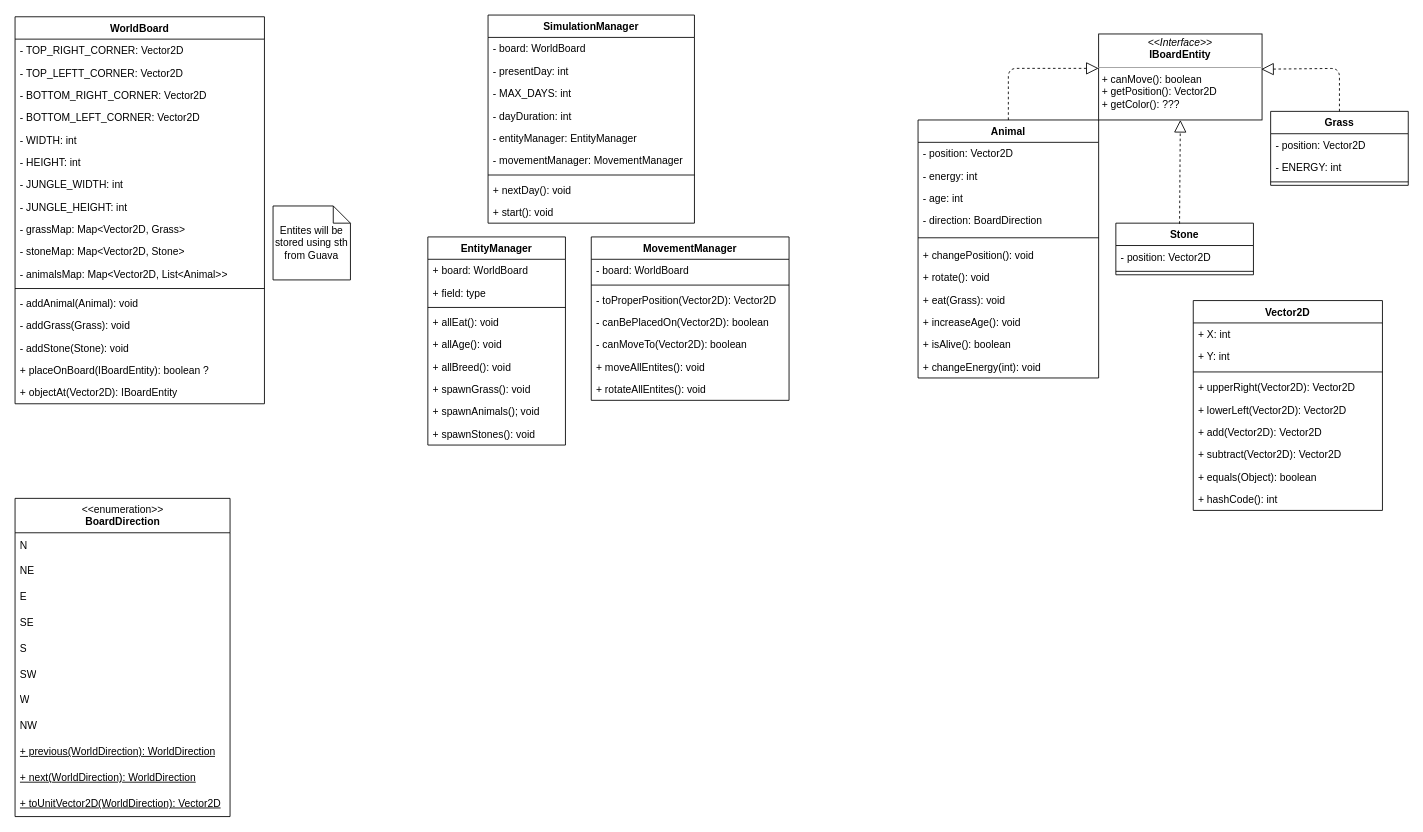
This is Evolutionary Generator Remastered - class scheme.drawio from jakubsolecki/Evolutionary-Generator-Remastered, a draw.io file, before an edit. Source tidied: cells renumbered, new cells numbered last; positions are measured from the earlier drawing's top-left corner, leaving out a move shared by most shapes. Both pictures are drawn from the tidied source at 86%, with x=0, y=0 at pixel (15, 15).
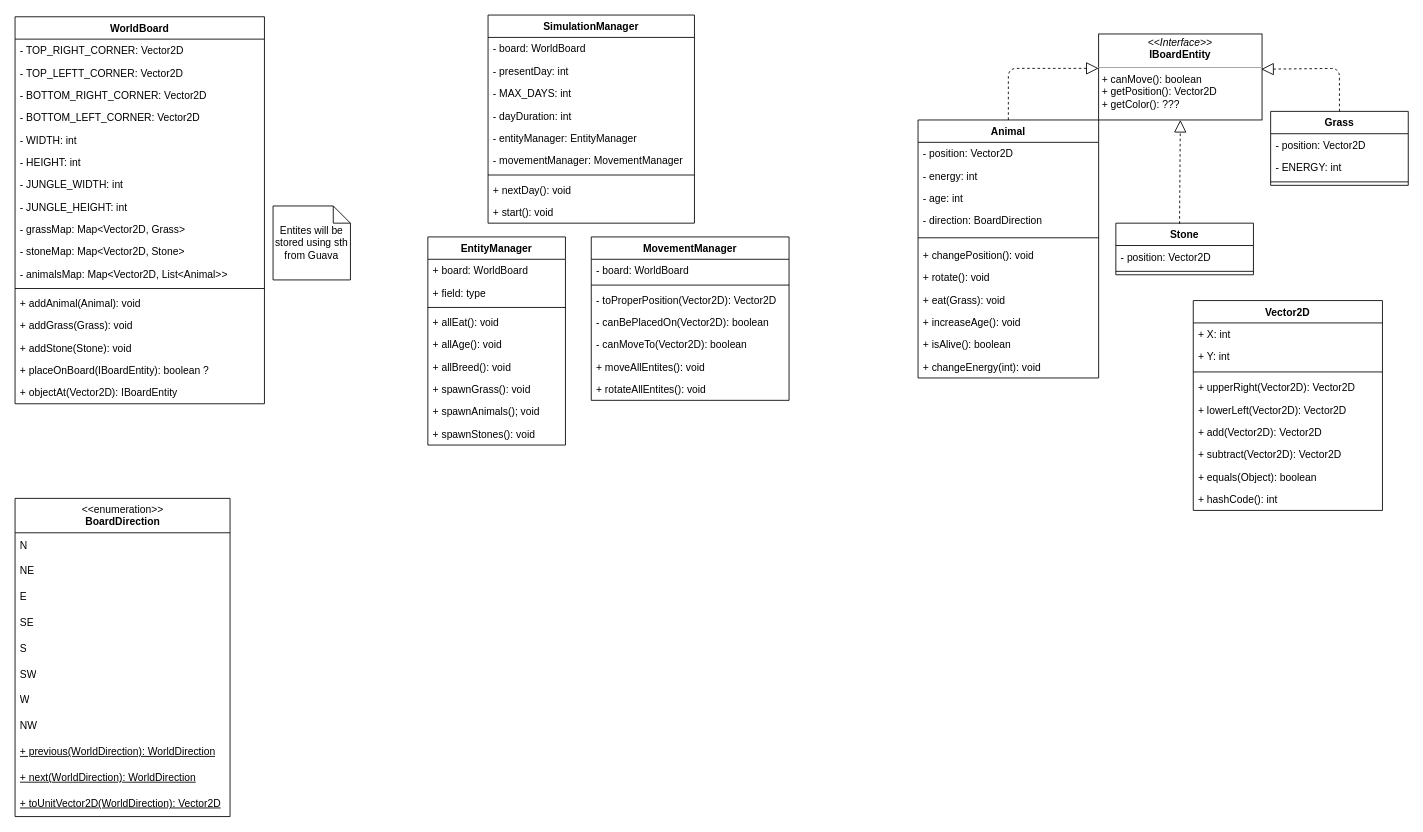
The same page after the edit.

The change refers to these unchanged cells:
```xml
<mxCell id="38" value="WorldBoard" style="swimlane;fontStyle=1;align=center;verticalAlign=top;horizontal=1;startSize=26;" parent="1" vertex="1">
  <mxGeometry y="2" width="290" height="450" as="geometry" />
</mxCell>
```

The edit, as a diff of the source:
```diff
@@
-    <mxCell id="51" value="- addAnimal(Animal): void" style="text;strokeColor=none;fillColor=none;align=left;verticalAlign=top;spacingLeft=4;spacingRight=4;overflow=hidden;" parent="38" vertex="1">
+    <mxCell id="51" value="+ addAnimal(Animal): void" style="text;strokeColor=none;fillColor=none;align=left;verticalAlign=top;spacingLeft=4;spacingRight=4;overflow=hidden;" parent="38" vertex="1">
       <mxGeometry y="320" width="290" height="26" as="geometry" />
     </mxCell>
-    <mxCell id="52" value="- addGrass(Grass): void" style="text;strokeColor=none;fillColor=none;align=left;verticalAlign=top;spacingLeft=4;spacingRight=4;overflow=hidden;" parent="38" vertex="1">
+    <mxCell id="52" value="+ addGrass(Grass): void" style="text;strokeColor=none;fillColor=none;align=left;verticalAlign=top;spacingLeft=4;spacingRight=4;overflow=hidden;" parent="38" vertex="1">
       <mxGeometry y="346" width="290" height="26" as="geometry" />
     </mxCell>
-    <mxCell id="53" value="- addStone(Stone): void" style="text;strokeColor=none;fillColor=none;align=left;verticalAlign=top;spacingLeft=4;spacingRight=4;overflow=hidden;" parent="38" vertex="1">
+    <mxCell id="53" value="+ addStone(Stone): void" style="text;strokeColor=none;fillColor=none;align=left;verticalAlign=top;spacingLeft=4;spacingRight=4;overflow=hidden;" parent="38" vertex="1">
       <mxGeometry y="372" width="290" height="26" as="geometry" />
     </mxCell>
```
